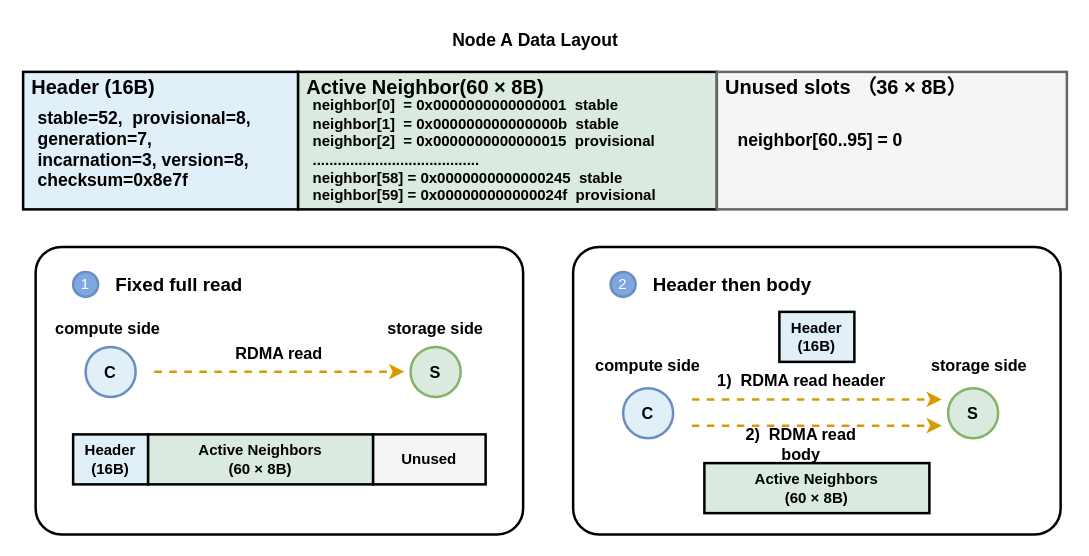
The draw.io diagram conventional-rdma.drawio in diandianjunA/diandianjunA, before the edit. Source tidied: cells renumbered, new cells numbered last; positions are measured from the earlier drawing's top-left corner, leaving out a move shared by most shapes. Both pictures are drawn from the tidied source at 125%, with x=0, y=0 at pixel (22, 21).
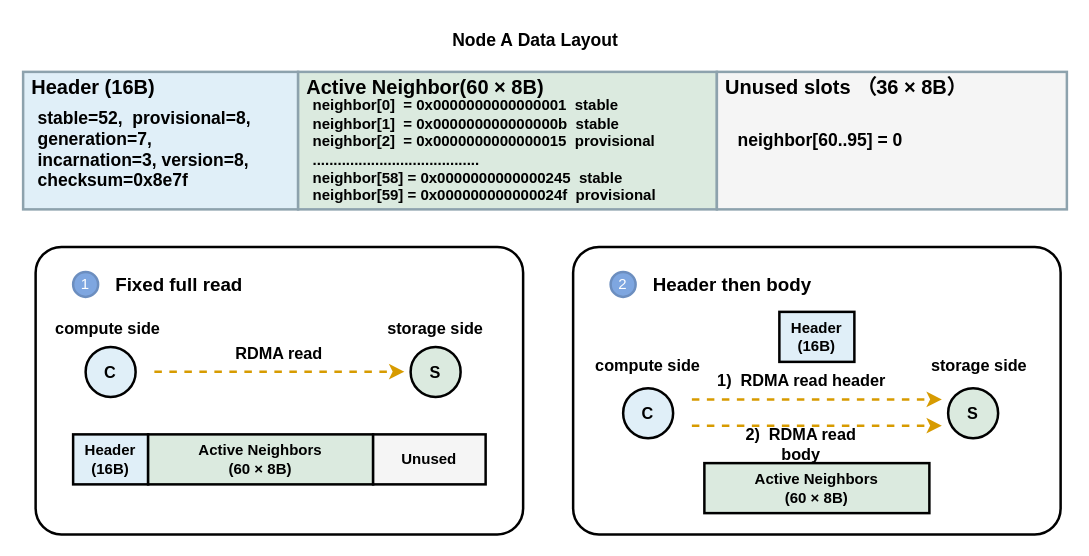
After the change.

What changed in the source:
```diff
@@
-    <mxCell id="3" value="C" style="ellipse;whiteSpace=wrap;html=1;shapeInside=1;fillColor=#E0EFF8;strokeColor=#6c8ebf;fontFamily=Helvetica;strokeWidth=2;fontStyle=1;fontSize=13;" parent="1" vertex="1">
+    <mxCell id="3" value="C" style="ellipse;whiteSpace=wrap;html=1;shapeInside=1;fillColor=#E0EFF8;strokeColor=#000000;fontFamily=Helvetica;strokeWidth=2;fontStyle=1;fontSize=13;" parent="1" vertex="1">
       <mxGeometry x="50" y="260" width="40" height="40" as="geometry" />
     </mxCell>
-    <mxCell id="4" value="S" style="ellipse;whiteSpace=wrap;html=1;shapeInside=1;fillColor=#DBEADF;strokeColor=#82b366;fontFamily=Helvetica;strokeWidth=2;fontStyle=1;fontSize=13;" parent="1" vertex="1">
+    <mxCell id="4" value="S" style="ellipse;whiteSpace=wrap;html=1;shapeInside=1;fillColor=#DBEADF;strokeColor=#000000;fontFamily=Helvetica;strokeWidth=2;fontStyle=1;fontSize=13;" parent="1" vertex="1">
       <mxGeometry x="310" y="260" width="40" height="40" as="geometry" />
     </mxCell>
@@
-    <mxCell id="17" style="rounded=0;whiteSpace=wrap;html=1;fillColor=#E0EFF8;strokeColor=#000000;strokeWidth=2;" parent="1" vertex="1">
+    <mxCell id="17" style="rounded=0;whiteSpace=wrap;html=1;fillColor=#E0EFF8;strokeColor=#8DA2AD;strokeWidth=2;" parent="1" vertex="1">
       <mxGeometry y="40" width="220" height="110" as="geometry" />
     </mxCell>
-    <mxCell id="18" style="rounded=0;whiteSpace=wrap;html=1;fillColor=#DBEADF;strokeColor=#000000;strokeWidth=2;" parent="1" vertex="1">
+    <mxCell id="18" style="rounded=0;whiteSpace=wrap;html=1;fillColor=#DBEADF;strokeColor=#8DA2AD;strokeWidth=2;" parent="1" vertex="1">
       <mxGeometry x="220" y="40" width="335" height="110" as="geometry" />
     </mxCell>
@@
-    <mxCell id="20" style="rounded=0;whiteSpace=wrap;html=1;fillColor=#f5f5f5;fontColor=#333333;strokeColor=#666666;strokeWidth=2;" parent="1" vertex="1">
+    <mxCell id="20" style="rounded=0;whiteSpace=wrap;html=1;fillColor=#f5f5f5;fontColor=#333333;strokeColor=#8DA2AD;strokeWidth=2;" parent="1" vertex="1">
       <mxGeometry x="555" y="40" width="280" height="110" as="geometry" />
     </mxCell>
@@
-    <mxCell id="24" value="C" style="ellipse;whiteSpace=wrap;html=1;shapeInside=1;fillColor=#E0EFF8;strokeColor=#6c8ebf;fontFamily=Helvetica;strokeWidth=2;fontStyle=1;fontSize=13;" parent="1" vertex="1">
+    <mxCell id="24" value="C" style="ellipse;whiteSpace=wrap;html=1;shapeInside=1;fillColor=#E0EFF8;strokeColor=#000000;fontFamily=Helvetica;strokeWidth=2;fontStyle=1;fontSize=13;" parent="1" vertex="1">
       <mxGeometry x="480" y="293" width="40" height="40" as="geometry" />
     </mxCell>
-    <mxCell id="25" value="S" style="ellipse;whiteSpace=wrap;html=1;shapeInside=1;fillColor=#DBEADF;strokeColor=#82b366;fontFamily=Helvetica;strokeWidth=2;fontStyle=1;fontSize=13;" parent="1" vertex="1">
+    <mxCell id="25" value="S" style="ellipse;whiteSpace=wrap;html=1;shapeInside=1;fillColor=#DBEADF;strokeColor=#000000;fontFamily=Helvetica;strokeWidth=2;fontStyle=1;fontSize=13;" parent="1" vertex="1">
       <mxGeometry x="740" y="293" width="40" height="40" as="geometry" />
     </mxCell>
@@
-    <mxCell id="39" value="&lt;span style=&quot;color: rgb(0, 0, 0); font-family: Helvetica; font-size: 14px; font-style: normal; font-variant-ligatures: normal; font-variant-caps: normal; letter-spacing: normal; orphans: 2; text-align: left; text-indent: 0px; text-transform: none; widows: 2; word-spacing: 0px; -webkit-text-stroke-width: 0px; white-space: normal; text-decoration-thickness: initial; text-decoration-style: initial; text-decoration-color: initial; float: none; display: inline !important;&quot;&gt;stable=52,&amp;nbsp; provisional=8, generation=7,&amp;nbsp; incarnation=3, version=8,&amp;nbsp; checksum=&lt;/span&gt;&lt;span style=&quot;white-space: pre; background-color: transparent; color: light-dark(#000000, var(--ge-light-color, #ffffff));&quot;&gt;0x8e7f &lt;/span&gt;" style="text;whiteSpace=wrap;html=1;fontSize=14;fontStyle=1;strokeWidth=2;" parent="1" vertex="1">
+    <mxCell id="39" value="&lt;span style=&quot;color: rgb(0, 0, 0); font-family: Helvetica; font-size: 14px; font-style: normal; font-variant-ligatures: normal; font-variant-caps: normal; letter-spacing: normal; orphans: 2; text-align: left; text-indent: 0px; text-transform: none; widows: 2; word-spacing: 0px; -webkit-text-stroke-width: 0px; white-space: normal; text-decoration-thickness: initial; text-decoration-style: initial; text-decoration-color: initial; float: none; display: inline !important;&quot;&gt;stable=52,&amp;nbsp; provisional=8, generation=7,&amp;nbsp; incarnation=3, version=8,&amp;nbsp; checksum=&lt;/span&gt;&lt;span style=&quot;white-space: pre; background-color: transparent; color: light-dark(#000000, var(--ge-light-color, #ffffff));&quot;&gt;0x8e7f &lt;/span&gt;" style="text;whiteSpace=wrap;html=1;fontSize=14;fontStyle=1;strokeWidth=2;strokeColor=none;" parent="1" vertex="1">
       <mxGeometry x="10" y="62" width="195" height="75" as="geometry" />
     </mxCell>
```
